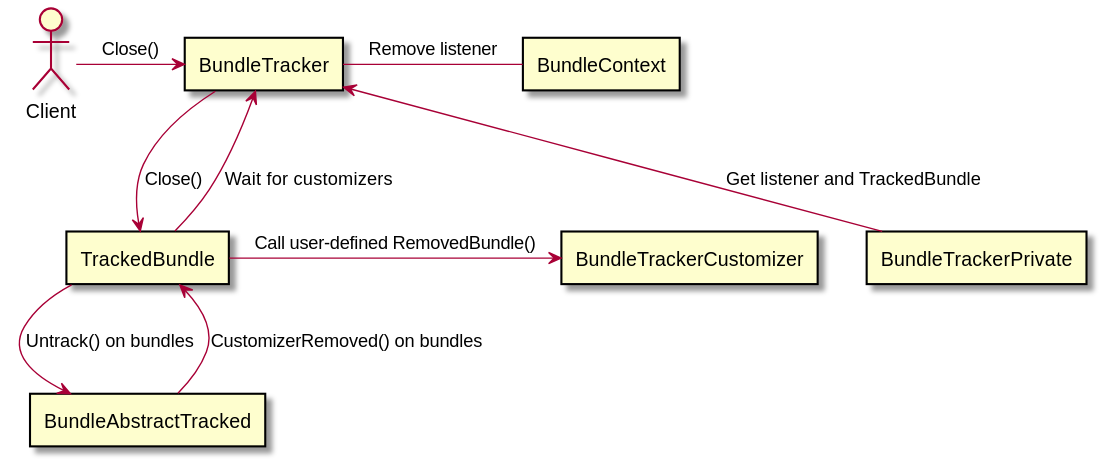
Earlier version of the PlantUML export text/0009-BundleTracker-integration/close_diagram.svg (CppMicroServices/rfcs). The source it was exported from:
```plantuml
@startuml close_diagram
:Client: as Client

rectangle "BundleTracker" as BT
rectangle "BundleTrackerPrivate" as BTP
rectangle "TrackedBundle" as TB
rectangle "BundleContext" as BC
rectangle "BundleAbstractTracked" as BAT
rectangle "BundleTrackerCustomizer" as BTC

Client -> BT : Close()
BT <-d- BTP : Get listener and TrackedBundle
BT <-d- TB : Wait for customizers
BT -> TB : Close()
BT - BC : Remove listener

TB -d-> BAT : Untrack() on bundles
BAT -> TB : CustomizerRemoved() on bundles
TB -> BTC : Call user-defined RemovedBundle()

@enduml
```
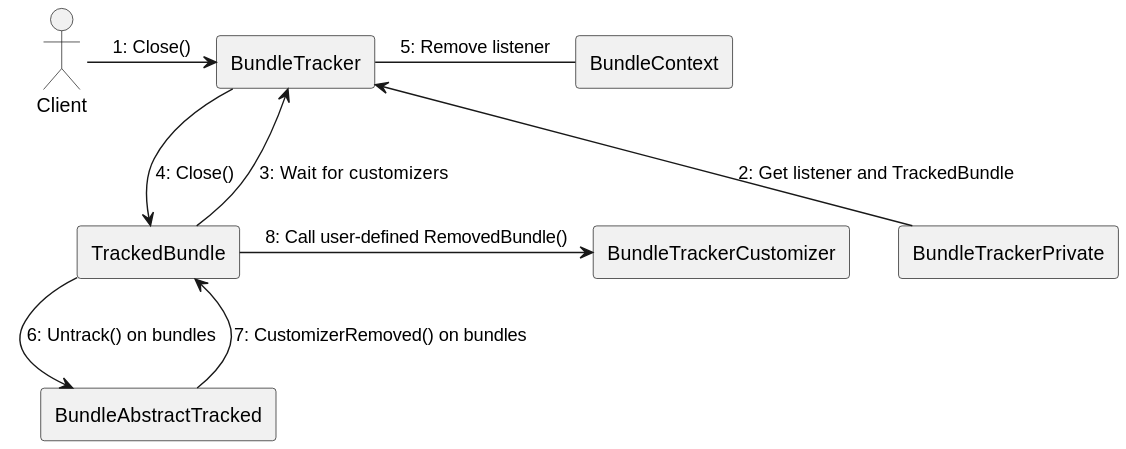
Above is the later version.

Change to the diagram source:
```diff
@@ -8,14 +8,14 @@
 rectangle "BundleAbstractTracked" as BAT
 rectangle "BundleTrackerCustomizer" as BTC
 
-Client -> BT : Close()
-BT <-d- BTP : Get listener and TrackedBundle
-BT <-d- TB : Wait for customizers
-BT -> TB : Close()
-BT - BC : Remove listener
+Client -> BT : 1: Close()
+BT <-d- BTP : 2: Get listener and TrackedBundle
+BT <-d- TB : 3: Wait for customizers
+BT -> TB : 4: Close()
+BT - BC : 5: Remove listener
 
-TB -d-> BAT : Untrack() on bundles
-BAT -> TB : CustomizerRemoved() on bundles
-TB -> BTC : Call user-defined RemovedBundle()
+TB -d-> BAT : 6: Untrack() on bundles
+BAT -> TB : 7: CustomizerRemoved() on bundles
+TB -> BTC : 8: Call user-defined RemovedBundle()
 
 @enduml
```
